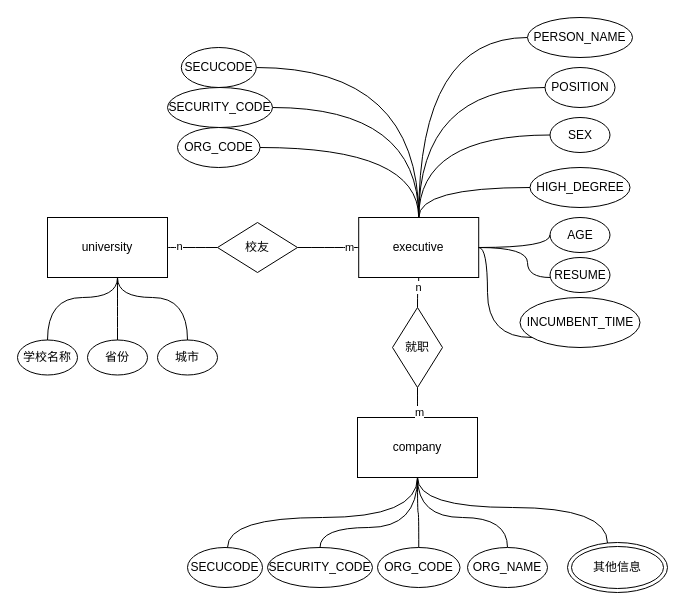
Before: alumnusDB.drawio in yayaer123/drawio_demo, a draw.io diagram. Source tidied: cells renumbered, new cells numbered last; positions are measured from the earlier drawing's top-left corner, leaving out a move shared by most shapes. Both pictures are drawn from the tidied source at 100%, with x=0, y=0 at pixel (17, 17).
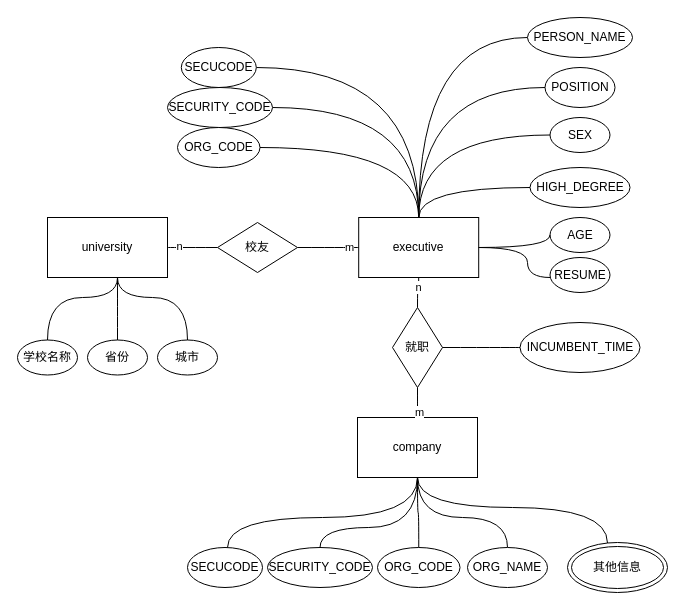
After the change.

The change refers to these unchanged cells:
```xml
<mxCell id="8" value="executive" style="rounded=0;whiteSpace=wrap;html=1;" parent="1" vertex="1">
  <mxGeometry x="341.2" y="200" width="120" height="60" as="geometry" />
</mxCell>
<mxCell id="16" value="就职" style="rhombus;whiteSpace=wrap;html=1;" parent="1" vertex="1">
  <mxGeometry x="375" y="290" width="50" height="80" as="geometry" />
</mxCell>
```

The edit, as a diff of the source:
```diff
@@
-    <mxCell id="33" style="edgeStyle=orthogonalEdgeStyle;rounded=0;jettySize=auto;html=1;strokeColor=default;align=center;verticalAlign=middle;fontFamily=Helvetica;fontSize=11;fontColor=default;labelBackgroundColor=default;endArrow=none;endFill=0;curved=1;" parent="1" edge="1" source="50" target="8">
-      <mxGeometry relative="1" as="geometry">
-        <Array as="points">
-          <mxPoint x="470" y="320" />
-          <mxPoint x="470" y="230" />
-        </Array>
-      </mxGeometry>
-    </mxCell>
@@
+    <mxCell id="51" style="edgeStyle=orthogonalEdgeStyle;rounded=0;jettySize=auto;html=1;strokeColor=default;align=center;verticalAlign=middle;fontFamily=Helvetica;fontSize=11;fontColor=default;labelBackgroundColor=default;endArrow=none;endFill=0;curved=1;" parent="1" edge="1" source="50" target="16">
+      <mxGeometry relative="1" as="geometry" />
+    </mxCell>
     <mxCell id="50" value="INCUMBENT_TIME" style="ellipse;whiteSpace=wrap;rounded=0;html=1;" parent="1" vertex="1">
-      <mxGeometry x="502.5" y="280" width="120" height="50" as="geometry" />
+      <mxGeometry x="502.5" y="305" width="120" height="50" as="geometry" />
     </mxCell>
```
